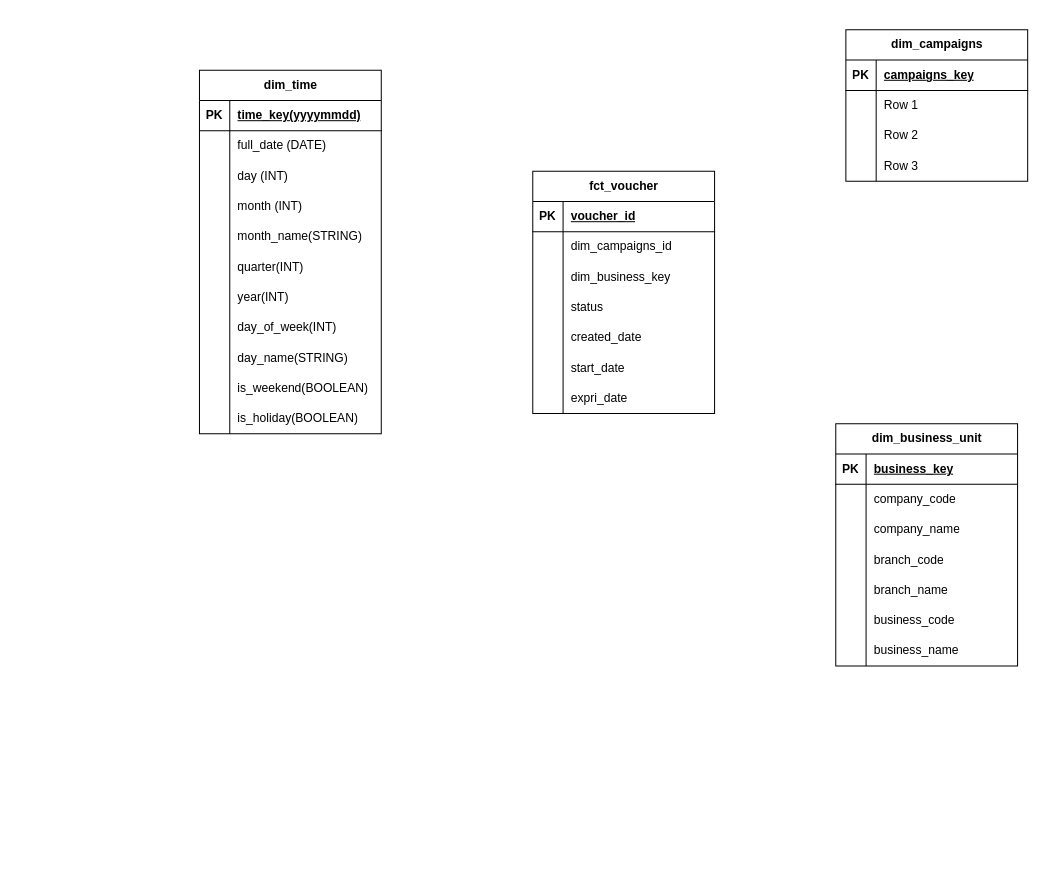
sonnn1505/Studying keeps this draw.io diagram as page "Page-1" (1 of 2) of Untitled Diagram.drawio. Above is the earlier version. Source tidied: cells renumbered, new cells numbered last; positions are measured from the earlier drawing's top-left corner, leaving out a move shared by most shapes. Both pictures are drawn from the tidied source at 101%, with x=0, y=0 at pixel (199, 29).
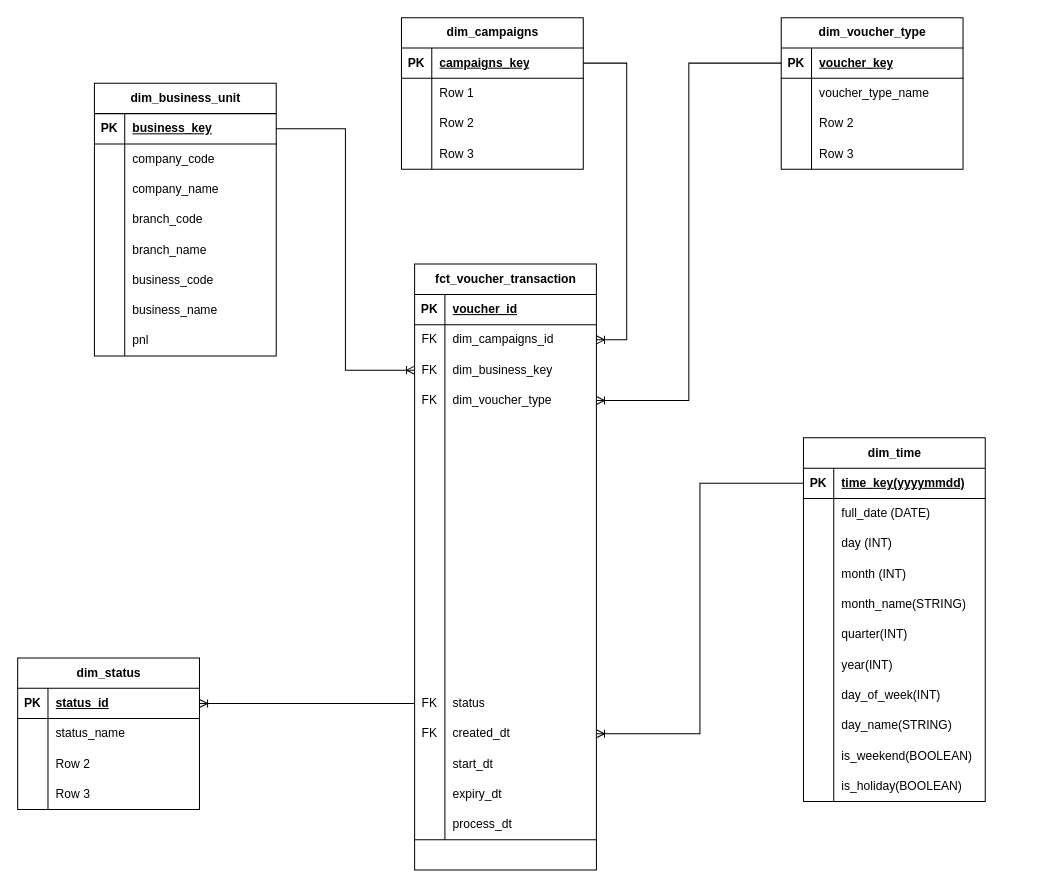
The same diagram, later.

Unchanged cells that the change refers to:
```xml
<mxCell id="3" style="shape=tableRow;horizontal=0;startSize=0;swimlaneHead=0;swimlaneBody=0;fillColor=none;points=[[0,0.5],[1,0.5]];portConstraint=eastwest;top=0;left=0;right=0;bottom=1;" parent="2" vertex="1">
  <mxGeometry y="30" width="180" height="30" as="geometry" />
</mxCell>
<mxCell id="40" style="shape=tableRow;horizontal=0;startSize=0;swimlaneHead=0;swimlaneBody=0;fillColor=none;points=[[0,0.5],[1,0.5]];portConstraint=eastwest;top=0;left=0;right=0;bottom=0;" parent="36" vertex="1">
  <mxGeometry y="60" width="180" height="30" as="geometry" />
</mxCell>
<mxCell id="43" style="shape=tableRow;horizontal=0;startSize=0;swimlaneHead=0;swimlaneBody=0;fillColor=none;points=[[0,0.5],[1,0.5]];portConstraint=eastwest;top=0;left=0;right=0;bottom=0;" parent="36" vertex="1">
  <mxGeometry y="90" width="180" height="30" as="geometry" />
</mxCell>
<mxCell id="46" style="shape=tableRow;horizontal=0;startSize=0;swimlaneHead=0;swimlaneBody=0;fillColor=none;points=[[0,0.5],[1,0.5]];portConstraint=eastwest;top=0;left=0;right=0;bottom=0;" parent="36" vertex="1">
  <mxGeometry y="120" width="180" height="30" as="geometry" />
</mxCell>
<mxCell id="49" style="shape=tableRow;horizontal=0;startSize=0;swimlaneHead=0;swimlaneBody=0;fillColor=none;top=0;left=0;right=0;bottom=0;" parent="36" vertex="1">
  <mxGeometry y="150" width="180" height="30" as="geometry" />
</mxCell>
<mxCell id="52" style="shape=tableRow;horizontal=0;startSize=0;swimlaneHead=0;swimlaneBody=0;fillColor=none;top=0;left=0;right=0;bottom=0;" parent="36" vertex="1">
  <mxGeometry y="180" width="180" height="30" as="geometry" />
</mxCell>
<mxCell id="55" style="shape=tableRow;horizontal=0;startSize=0;swimlaneHead=0;swimlaneBody=0;fillColor=none;top=0;left=0;right=0;bottom=0;" parent="36" vertex="1">
  <mxGeometry y="210" width="180" height="30" as="geometry" />
</mxCell>
<mxCell id="59" style="shape=tableRow;horizontal=0;startSize=0;swimlaneHead=0;swimlaneBody=0;fillColor=none;points=[[0,0.5],[1,0.5]];portConstraint=eastwest;top=0;left=0;right=0;bottom=1;" parent="58" vertex="1">
  <mxGeometry y="30" width="180" height="30" as="geometry" />
</mxCell>
<mxCell id="72" style="shape=tableRow;horizontal=0;startSize=0;swimlaneHead=0;swimlaneBody=0;fillColor=none;points=[[0,0.5],[1,0.5]];portConstraint=eastwest;top=0;left=0;right=0;bottom=1;" parent="71" vertex="1">
  <mxGeometry y="30" width="180" height="30" as="geometry" />
</mxCell>
```

Change to the diagram source:
```diff
@@
     <mxCell id="2" value="dim_time" style="shape=table;startSize=30;childLayout=tableLayout;rowLines=0;fontStyle=1;align=center;html=1;" parent="1" vertex="1">
-      <mxGeometry y="40" width="180" height="360" as="geometry" />
+      <mxGeometry x="598" y="404" width="180" height="360" as="geometry" />
     </mxCell>
@@
-    <mxCell id="36" value="fct_voucher" style="shape=table;startSize=30;childLayout=tableLayout;rowLines=0;fontStyle=1;align=center;html=1;" parent="1" vertex="1">
-      <mxGeometry x="330" y="140" width="180" height="240" as="geometry" />
+    <mxCell id="36" value="fct_voucher_transaction" style="shape=table;startSize=30;childLayout=tableLayout;rowLines=0;fontStyle=1;align=center;html=1;" parent="1" vertex="1">
+      <mxGeometry x="213" y="232" width="180" height="600" as="geometry" />
     </mxCell>
@@
-    <mxCell id="41" style="shape=partialRectangle;fillColor=none;top=0;left=0;bottom=0;right=0;overflow=hidden;whiteSpace=wrap;html=1;" parent="40" vertex="1">
+    <mxCell id="41" value="FK" style="shape=partialRectangle;fillColor=none;top=0;left=0;bottom=0;right=0;overflow=hidden;whiteSpace=wrap;html=1;" parent="40" vertex="1">
       <mxGeometry width="30" height="30" as="geometry" />
     </mxCell>
@@
-    <mxCell id="44" style="shape=partialRectangle;fillColor=none;top=0;left=0;bottom=0;right=0;overflow=hidden;whiteSpace=wrap;html=1;" parent="43" vertex="1">
+    <mxCell id="44" value="FK" style="shape=partialRectangle;fillColor=none;top=0;left=0;bottom=0;right=0;overflow=hidden;whiteSpace=wrap;html=1;" parent="43" vertex="1">
       <mxGeometry width="30" height="30" as="geometry" />
     </mxCell>
@@
-    <mxCell id="47" style="shape=partialRectangle;fillColor=none;top=0;left=0;bottom=0;right=0;overflow=hidden;whiteSpace=wrap;html=1;" parent="46" vertex="1">
+    <mxCell id="47" value="FK" style="shape=partialRectangle;fillColor=none;top=0;left=0;bottom=0;right=0;overflow=hidden;whiteSpace=wrap;html=1;" parent="46" vertex="1">
       <mxGeometry width="30" height="30" as="geometry" />
     </mxCell>
-    <mxCell id="48" value="status" style="shape=partialRectangle;fillColor=none;top=0;left=0;bottom=0;right=0;align=left;spacingLeft=6;overflow=hidden;whiteSpace=wrap;html=1;" parent="46" vertex="1">
+    <mxCell id="48" value="dim_voucher_type" style="shape=partialRectangle;fillColor=none;top=0;left=0;bottom=0;right=0;align=left;spacingLeft=6;overflow=hidden;whiteSpace=wrap;html=1;" parent="46" vertex="1">
       <mxGeometry x="30" width="150" height="30" as="geometry" />
     </mxCell>
@@
-    <mxCell id="51" value="created_date" style="shape=partialRectangle;fillColor=none;top=0;left=0;bottom=0;right=0;align=left;spacingLeft=6;overflow=hidden;whiteSpace=wrap;html=1;" parent="49" vertex="1">
+    <mxCell id="51" style="shape=partialRectangle;fillColor=none;top=0;left=0;bottom=0;right=0;align=left;spacingLeft=6;overflow=hidden;whiteSpace=wrap;html=1;" parent="49" vertex="1">
       <mxGeometry x="30" width="150" height="30" as="geometry" />
     </mxCell>
@@
-    <mxCell id="54" value="start_date" style="shape=partialRectangle;fillColor=none;top=0;left=0;bottom=0;right=0;align=left;spacingLeft=6;overflow=hidden;whiteSpace=wrap;html=1;" parent="52" vertex="1">
+    <mxCell id="54" style="shape=partialRectangle;fillColor=none;top=0;left=0;bottom=0;right=0;align=left;spacingLeft=6;overflow=hidden;whiteSpace=wrap;html=1;" parent="52" vertex="1">
       <mxGeometry x="30" width="150" height="30" as="geometry" />
     </mxCell>
@@
-    <mxCell id="57" value="expri_date" style="shape=partialRectangle;fillColor=none;top=0;left=0;bottom=0;right=0;align=left;spacingLeft=6;overflow=hidden;whiteSpace=wrap;html=1;" parent="55" vertex="1">
+    <mxCell id="57" style="shape=partialRectangle;fillColor=none;top=0;left=0;bottom=0;right=0;align=left;spacingLeft=6;overflow=hidden;whiteSpace=wrap;html=1;" parent="55" vertex="1">
       <mxGeometry x="30" width="150" height="30" as="geometry" />
     </mxCell>
+    <mxCell id="93" style="shape=tableRow;horizontal=0;startSize=0;swimlaneHead=0;swimlaneBody=0;fillColor=none;top=0;left=0;right=0;bottom=0;" parent="36" vertex="1">
+      <mxGeometry y="240" width="180" height="30" as="geometry" />
+    </mxCell>
+    <mxCell id="94" style="shape=partialRectangle;fillColor=none;top=0;left=0;bottom=0;right=0;overflow=hidden;whiteSpace=wrap;html=1;" parent="93" vertex="1">
+      <mxGeometry width="30" height="30" as="geometry" />
+    </mxCell>
+    <mxCell id="95" style="shape=partialRectangle;fillColor=none;top=0;left=0;bottom=0;right=0;align=left;spacingLeft=6;overflow=hidden;whiteSpace=wrap;html=1;" parent="93" vertex="1">
+      <mxGeometry x="30" width="150" height="30" as="geometry" />
+    </mxCell>
+    <mxCell id="96" style="shape=tableRow;horizontal=0;startSize=0;swimlaneHead=0;swimlaneBody=0;fillColor=none;top=0;left=0;right=0;bottom=0;" parent="36" vertex="1">
+      <mxGeometry y="270" width="180" height="30" as="geometry" />
+    </mxCell>
+    <mxCell id="97" style="shape=partialRectangle;fillColor=none;top=0;left=0;bottom=0;right=0;overflow=hidden;whiteSpace=wrap;html=1;" parent="96" vertex="1">
+      <mxGeometry width="30" height="30" as="geometry" />
+    </mxCell>
+    <mxCell id="98" style="shape=partialRectangle;fillColor=none;top=0;left=0;bottom=0;right=0;align=left;spacingLeft=6;overflow=hidden;whiteSpace=wrap;html=1;" parent="96" vertex="1">
+      <mxGeometry x="30" width="150" height="30" as="geometry" />
+    </mxCell>
+    <mxCell id="99" style="shape=tableRow;horizontal=0;startSize=0;swimlaneHead=0;swimlaneBody=0;fillColor=none;top=0;left=0;right=0;bottom=0;" parent="36" vertex="1">
+      <mxGeometry y="300" width="180" height="30" as="geometry" />
+    </mxCell>
+    <mxCell id="100" style="shape=partialRectangle;fillColor=none;top=0;left=0;bottom=0;right=0;overflow=hidden;whiteSpace=wrap;html=1;" parent="99" vertex="1">
+      <mxGeometry width="30" height="30" as="geometry" />
+    </mxCell>
+    <mxCell id="101" style="shape=partialRectangle;fillColor=none;top=0;left=0;bottom=0;right=0;align=left;spacingLeft=6;overflow=hidden;whiteSpace=wrap;html=1;" parent="99" vertex="1">
+      <mxGeometry x="30" width="150" height="30" as="geometry" />
+    </mxCell>
+    <mxCell id="102" style="shape=tableRow;horizontal=0;startSize=0;swimlaneHead=0;swimlaneBody=0;fillColor=none;top=0;left=0;right=0;bottom=0;" parent="36" vertex="1">
+      <mxGeometry y="330" width="180" height="30" as="geometry" />
+    </mxCell>
+    <mxCell id="103" style="shape=partialRectangle;fillColor=none;top=0;left=0;bottom=0;right=0;overflow=hidden;whiteSpace=wrap;html=1;" parent="102" vertex="1">
+      <mxGeometry width="30" height="30" as="geometry" />
+    </mxCell>
+    <mxCell id="104" style="shape=partialRectangle;fillColor=none;top=0;left=0;bottom=0;right=0;align=left;spacingLeft=6;overflow=hidden;whiteSpace=wrap;html=1;" parent="102" vertex="1">
+      <mxGeometry x="30" width="150" height="30" as="geometry" />
+    </mxCell>
+    <mxCell id="105" style="shape=tableRow;horizontal=0;startSize=0;swimlaneHead=0;swimlaneBody=0;fillColor=none;top=0;left=0;right=0;bottom=0;" parent="36" vertex="1">
+      <mxGeometry y="360" width="180" height="30" as="geometry" />
+    </mxCell>
+    <mxCell id="106" style="shape=partialRectangle;fillColor=none;top=0;left=0;bottom=0;right=0;overflow=hidden;whiteSpace=wrap;html=1;" parent="105" vertex="1">
+      <mxGeometry width="30" height="30" as="geometry" />
+    </mxCell>
+    <mxCell id="107" style="shape=partialRectangle;fillColor=none;top=0;left=0;bottom=0;right=0;align=left;spacingLeft=6;overflow=hidden;whiteSpace=wrap;html=1;" parent="105" vertex="1">
+      <mxGeometry x="30" width="150" height="30" as="geometry" />
+    </mxCell>
+    <mxCell id="108" style="shape=tableRow;horizontal=0;startSize=0;swimlaneHead=0;swimlaneBody=0;fillColor=none;top=0;left=0;right=0;bottom=0;" parent="36" vertex="1">
+      <mxGeometry y="390" width="180" height="30" as="geometry" />
+    </mxCell>
+    <mxCell id="109" style="shape=partialRectangle;fillColor=none;top=0;left=0;bottom=0;right=0;overflow=hidden;whiteSpace=wrap;html=1;" parent="108" vertex="1">
+      <mxGeometry width="30" height="30" as="geometry" />
+    </mxCell>
+    <mxCell id="110" style="shape=partialRectangle;fillColor=none;top=0;left=0;bottom=0;right=0;align=left;spacingLeft=6;overflow=hidden;whiteSpace=wrap;html=1;" parent="108" vertex="1">
+      <mxGeometry x="30" width="150" height="30" as="geometry" />
+    </mxCell>
+    <mxCell id="111" style="shape=tableRow;horizontal=0;startSize=0;swimlaneHead=0;swimlaneBody=0;fillColor=none;points=[[0,0.5],[1,0.5]];portConstraint=eastwest;top=0;left=0;right=0;bottom=0;" parent="36" vertex="1">
+      <mxGeometry y="420" width="180" height="30" as="geometry" />
+    </mxCell>
+    <mxCell id="112" value="FK" style="shape=partialRectangle;fillColor=none;top=0;left=0;bottom=0;right=0;overflow=hidden;whiteSpace=wrap;html=1;" parent="111" vertex="1">
+      <mxGeometry width="30" height="30" as="geometry" />
+    </mxCell>
+    <mxCell id="113" value="status" style="shape=partialRectangle;fillColor=none;top=0;left=0;bottom=0;right=0;align=left;spacingLeft=6;overflow=hidden;whiteSpace=wrap;html=1;" parent="111" vertex="1">
+      <mxGeometry x="30" width="150" height="30" as="geometry" />
+    </mxCell>
+    <mxCell id="114" style="shape=tableRow;horizontal=0;startSize=0;swimlaneHead=0;swimlaneBody=0;fillColor=none;points=[[0,0.5],[1,0.5]];portConstraint=eastwest;top=0;left=0;right=0;bottom=0;" parent="36" vertex="1">
+      <mxGeometry y="450" width="180" height="30" as="geometry" />
+    </mxCell>
+    <mxCell id="115" value="FK" style="shape=partialRectangle;fillColor=none;top=0;left=0;bottom=0;right=0;overflow=hidden;whiteSpace=wrap;html=1;" parent="114" vertex="1">
+      <mxGeometry width="30" height="30" as="geometry" />
+    </mxCell>
+    <mxCell id="116" value="created_dt" style="shape=partialRectangle;fillColor=none;top=0;left=0;bottom=0;right=0;align=left;spacingLeft=6;overflow=hidden;whiteSpace=wrap;html=1;" parent="114" vertex="1">
+      <mxGeometry x="30" width="150" height="30" as="geometry" />
+    </mxCell>
+    <mxCell id="117" style="shape=tableRow;horizontal=0;startSize=0;swimlaneHead=0;swimlaneBody=0;fillColor=none;top=0;left=0;right=0;bottom=0;" parent="36" vertex="1">
+      <mxGeometry y="480" width="180" height="30" as="geometry" />
+    </mxCell>
+    <mxCell id="118" style="shape=partialRectangle;fillColor=none;top=0;left=0;bottom=0;right=0;overflow=hidden;whiteSpace=wrap;html=1;" parent="117" vertex="1">
+      <mxGeometry width="30" height="30" as="geometry" />
+    </mxCell>
+    <mxCell id="119" value="start_dt" style="shape=partialRectangle;fillColor=none;top=0;left=0;bottom=0;right=0;align=left;spacingLeft=6;overflow=hidden;whiteSpace=wrap;html=1;" parent="117" vertex="1">
+      <mxGeometry x="30" width="150" height="30" as="geometry" />
+    </mxCell>
+    <mxCell id="120" style="shape=tableRow;horizontal=0;startSize=0;swimlaneHead=0;swimlaneBody=0;fillColor=none;top=0;left=0;right=0;bottom=0;" parent="36" vertex="1">
+      <mxGeometry y="510" width="180" height="30" as="geometry" />
+    </mxCell>
+    <mxCell id="121" style="shape=partialRectangle;fillColor=none;top=0;left=0;bottom=0;right=0;overflow=hidden;whiteSpace=wrap;html=1;" parent="120" vertex="1">
+      <mxGeometry width="30" height="30" as="geometry" />
+    </mxCell>
+    <mxCell id="122" value="expiry_dt" style="shape=partialRectangle;fillColor=none;top=0;left=0;bottom=0;right=0;align=left;spacingLeft=6;overflow=hidden;whiteSpace=wrap;html=1;" parent="120" vertex="1">
+      <mxGeometry x="30" width="150" height="30" as="geometry" />
+    </mxCell>
+    <mxCell id="123" style="shape=tableRow;horizontal=0;startSize=0;swimlaneHead=0;swimlaneBody=0;fillColor=none;top=0;left=0;right=0;bottom=1;" parent="36" vertex="1">
+      <mxGeometry y="540" width="180" height="30" as="geometry" />
+    </mxCell>
+    <mxCell id="124" style="shape=partialRectangle;fillColor=none;top=0;left=0;bottom=0;right=0;fontStyle=1;overflow=hidden;whiteSpace=wrap;html=1;" parent="123" vertex="1">
+      <mxGeometry width="30" height="30" as="geometry" />
+    </mxCell>
+    <mxCell id="125" value="process_dt" style="shape=partialRectangle;fillColor=none;top=0;left=0;bottom=0;right=0;align=left;spacingLeft=6;fontStyle=0;overflow=hidden;whiteSpace=wrap;html=1;" parent="123" vertex="1">
+      <mxGeometry x="30" width="150" height="30" as="geometry" />
+    </mxCell>
     <mxCell id="58" value="dim_campaigns" style="shape=table;startSize=30;childLayout=tableLayout;rowLines=0;fontStyle=1;align=center;html=1;" parent="1" vertex="1">
-      <mxGeometry x="640" width="180" height="150" as="geometry" />
+      <mxGeometry x="200" y="-12" width="180" height="150" as="geometry" />
     </mxCell>
@@
     <mxCell id="71" value="dim_business_unit" style="shape=table;startSize=30;childLayout=tableLayout;rowLines=0;fontStyle=1;align=center;html=1;" parent="1" vertex="1">
-      <mxGeometry x="630" y="390" width="180" height="240" as="geometry" />
+      <mxGeometry x="-104" y="53" width="180" height="270" as="geometry" />
     </mxCell>
@@
+    <mxCell id="126" style="shape=tableRow;horizontal=0;startSize=0;swimlaneHead=0;swimlaneBody=0;fillColor=none;top=0;left=0;right=0;bottom=0;" parent="71" vertex="1">
+      <mxGeometry y="240" width="180" height="30" as="geometry" />
+    </mxCell>
+    <mxCell id="127" style="shape=partialRectangle;fillColor=none;top=0;left=0;bottom=0;right=0;overflow=hidden;whiteSpace=wrap;html=1;" parent="126" vertex="1">
+      <mxGeometry width="30" height="30" as="geometry" />
+    </mxCell>
+    <mxCell id="128" value="pnl" style="shape=partialRectangle;fillColor=none;top=0;left=0;bottom=0;right=0;align=left;spacingLeft=6;overflow=hidden;whiteSpace=wrap;html=1;" parent="126" vertex="1">
+      <mxGeometry x="30" width="150" height="30" as="geometry" />
+    </mxCell>
+    <mxCell id="129" value="dim_voucher_type" style="shape=table;startSize=30;childLayout=tableLayout;rowLines=0;fontStyle=1;align=center;html=1;" parent="1" vertex="1">
+      <mxGeometry x="576" y="-12" width="180" height="150" as="geometry" />
+    </mxCell>
+    <mxCell id="130" style="shape=tableRow;horizontal=0;startSize=0;swimlaneHead=0;swimlaneBody=0;fillColor=none;points=[[0,0.5],[1,0.5]];portConstraint=eastwest;top=0;left=0;right=0;bottom=1;" parent="129" vertex="1">
+      <mxGeometry y="30" width="180" height="30" as="geometry" />
+    </mxCell>
+    <mxCell id="131" value="PK" style="shape=partialRectangle;fillColor=none;top=0;left=0;bottom=0;right=0;fontStyle=1;overflow=hidden;whiteSpace=wrap;html=1;" parent="130" vertex="1">
+      <mxGeometry width="30" height="30" as="geometry" />
+    </mxCell>
+    <mxCell id="132" value="voucher_key" style="shape=partialRectangle;fillColor=none;top=0;left=0;bottom=0;right=0;align=left;spacingLeft=6;fontStyle=5;overflow=hidden;whiteSpace=wrap;html=1;" parent="130" vertex="1">
+      <mxGeometry x="30" width="150" height="30" as="geometry" />
+    </mxCell>
+    <mxCell id="133" style="shape=tableRow;horizontal=0;startSize=0;swimlaneHead=0;swimlaneBody=0;fillColor=none;top=0;left=0;right=0;bottom=0;" parent="129" vertex="1">
+      <mxGeometry y="60" width="180" height="30" as="geometry" />
+    </mxCell>
+    <mxCell id="134" style="shape=partialRectangle;fillColor=none;top=0;left=0;bottom=0;right=0;overflow=hidden;whiteSpace=wrap;html=1;" parent="133" vertex="1">
+      <mxGeometry width="30" height="30" as="geometry" />
+    </mxCell>
+    <mxCell id="135" value="voucher_type_name" style="shape=partialRectangle;fillColor=none;top=0;left=0;bottom=0;right=0;align=left;spacingLeft=6;overflow=hidden;whiteSpace=wrap;html=1;" parent="133" vertex="1">
+      <mxGeometry x="30" width="150" height="30" as="geometry" />
+    </mxCell>
+    <mxCell id="136" style="shape=tableRow;horizontal=0;startSize=0;swimlaneHead=0;swimlaneBody=0;fillColor=none;top=0;left=0;right=0;bottom=0;" parent="129" vertex="1">
+      <mxGeometry y="90" width="180" height="30" as="geometry" />
+    </mxCell>
+    <mxCell id="137" style="shape=partialRectangle;fillColor=none;top=0;left=0;bottom=0;right=0;overflow=hidden;whiteSpace=wrap;html=1;" parent="136" vertex="1">
+      <mxGeometry width="30" height="30" as="geometry" />
+    </mxCell>
+    <mxCell id="138" value="Row 2" style="shape=partialRectangle;fillColor=none;top=0;left=0;bottom=0;right=0;align=left;spacingLeft=6;overflow=hidden;whiteSpace=wrap;html=1;" parent="136" vertex="1">
+      <mxGeometry x="30" width="150" height="30" as="geometry" />
+    </mxCell>
+    <mxCell id="139" style="shape=tableRow;horizontal=0;startSize=0;swimlaneHead=0;swimlaneBody=0;fillColor=none;top=0;left=0;right=0;bottom=0;" parent="129" vertex="1">
+      <mxGeometry y="120" width="180" height="30" as="geometry" />
+    </mxCell>
+    <mxCell id="140" style="shape=partialRectangle;fillColor=none;top=0;left=0;bottom=0;right=0;overflow=hidden;whiteSpace=wrap;html=1;" parent="139" vertex="1">
+      <mxGeometry width="30" height="30" as="geometry" />
+    </mxCell>
+    <mxCell id="141" value="Row 3" style="shape=partialRectangle;fillColor=none;top=0;left=0;bottom=0;right=0;align=left;spacingLeft=6;overflow=hidden;whiteSpace=wrap;html=1;" parent="139" vertex="1">
+      <mxGeometry x="30" width="150" height="30" as="geometry" />
+    </mxCell>
+    <mxCell id="142" style="edgeStyle=entityRelationEdgeStyle;fontSize=12;html=1;endArrow=ERoneToMany;rounded=0;" parent="1" edge="1" source="59" target="40">
+      <mxGeometry relative="1" as="geometry" />
+    </mxCell>
+    <mxCell id="143" style="edgeStyle=orthogonalEdgeStyle;fontSize=12;html=1;endArrow=ERoneToMany;rounded=0;strokeColor=default;curved=0;" parent="1" edge="1" source="130" target="46">
+      <mxGeometry relative="1" as="geometry" />
+    </mxCell>
+    <mxCell id="144" style="edgeStyle=orthogonalEdgeStyle;fontSize=12;html=1;endArrow=ERoneToMany;rounded=0;strokeColor=default;" parent="1" edge="1" source="72" target="43">
+      <mxGeometry relative="1" as="geometry" />
+    </mxCell>
+    <mxCell id="145" style="edgeStyle=orthogonalEdgeStyle;fontSize=12;html=1;endArrow=ERoneToMany;rounded=0;strokeColor=default;curved=0;" parent="1" edge="1" source="3" target="114">
+      <mxGeometry relative="1" as="geometry" />
+    </mxCell>
+    <mxCell id="146" value="dim_status" style="shape=table;startSize=30;childLayout=tableLayout;rowLines=0;fontStyle=1;align=center;html=1;" parent="1" vertex="1">
+      <mxGeometry x="-180" y="622" width="180" height="150" as="geometry" />
+    </mxCell>
+    <mxCell id="147" style="shape=tableRow;horizontal=0;startSize=0;swimlaneHead=0;swimlaneBody=0;fillColor=none;points=[[0,0.5],[1,0.5]];portConstraint=eastwest;top=0;left=0;right=0;bottom=1;" parent="146" vertex="1">
+      <mxGeometry y="30" width="180" height="30" as="geometry" />
+    </mxCell>
+    <mxCell id="148" value="PK" style="shape=partialRectangle;fillColor=none;top=0;left=0;bottom=0;right=0;fontStyle=1;overflow=hidden;whiteSpace=wrap;html=1;" parent="147" vertex="1">
+      <mxGeometry width="30" height="30" as="geometry" />
+    </mxCell>
+    <mxCell id="149" value="status_id" style="shape=partialRectangle;fillColor=none;top=0;left=0;bottom=0;right=0;align=left;spacingLeft=6;fontStyle=5;overflow=hidden;whiteSpace=wrap;html=1;" parent="147" vertex="1">
+      <mxGeometry x="30" width="150" height="30" as="geometry" />
+    </mxCell>
+    <mxCell id="150" style="shape=tableRow;horizontal=0;startSize=0;swimlaneHead=0;swimlaneBody=0;fillColor=none;top=0;left=0;right=0;bottom=0;" parent="146" vertex="1">
+      <mxGeometry y="60" width="180" height="30" as="geometry" />
+    </mxCell>
+    <mxCell id="151" style="shape=partialRectangle;fillColor=none;top=0;left=0;bottom=0;right=0;overflow=hidden;whiteSpace=wrap;html=1;" parent="150" vertex="1">
+      <mxGeometry width="30" height="30" as="geometry" />
+    </mxCell>
+    <mxCell id="152" value="status_name" style="shape=partialRectangle;fillColor=none;top=0;left=0;bottom=0;right=0;align=left;spacingLeft=6;overflow=hidden;whiteSpace=wrap;html=1;" parent="150" vertex="1">
+      <mxGeometry x="30" width="150" height="30" as="geometry" />
+    </mxCell>
+    <mxCell id="153" style="shape=tableRow;horizontal=0;startSize=0;swimlaneHead=0;swimlaneBody=0;fillColor=none;top=0;left=0;right=0;bottom=0;" parent="146" vertex="1">
+      <mxGeometry y="90" width="180" height="30" as="geometry" />
+    </mxCell>
+    <mxCell id="154" style="shape=partialRectangle;fillColor=none;top=0;left=0;bottom=0;right=0;overflow=hidden;whiteSpace=wrap;html=1;" parent="153" vertex="1">
+      <mxGeometry width="30" height="30" as="geometry" />
+    </mxCell>
+    <mxCell id="155" value="Row 2" style="shape=partialRectangle;fillColor=none;top=0;left=0;bottom=0;right=0;align=left;spacingLeft=6;overflow=hidden;whiteSpace=wrap;html=1;" parent="153" vertex="1">
+      <mxGeometry x="30" width="150" height="30" as="geometry" />
+    </mxCell>
+    <mxCell id="156" style="shape=tableRow;horizontal=0;startSize=0;swimlaneHead=0;swimlaneBody=0;fillColor=none;top=0;left=0;right=0;bottom=0;" parent="146" vertex="1">
+      <mxGeometry y="120" width="180" height="30" as="geometry" />
+    </mxCell>
+    <mxCell id="157" style="shape=partialRectangle;fillColor=none;top=0;left=0;bottom=0;right=0;overflow=hidden;whiteSpace=wrap;html=1;" parent="156" vertex="1">
+      <mxGeometry width="30" height="30" as="geometry" />
+    </mxCell>
+    <mxCell id="158" value="Row 3" style="shape=partialRectangle;fillColor=none;top=0;left=0;bottom=0;right=0;align=left;spacingLeft=6;overflow=hidden;whiteSpace=wrap;html=1;" parent="156" vertex="1">
+      <mxGeometry x="30" width="150" height="30" as="geometry" />
+    </mxCell>
+    <mxCell id="159" style="edgeStyle=orthogonalEdgeStyle;fontSize=12;html=1;endArrow=ERoneToMany;rounded=0;strokeColor=default;curved=0;" parent="1" edge="1" source="111" target="147">
+      <mxGeometry relative="1" as="geometry" />
+    </mxCell>
```
